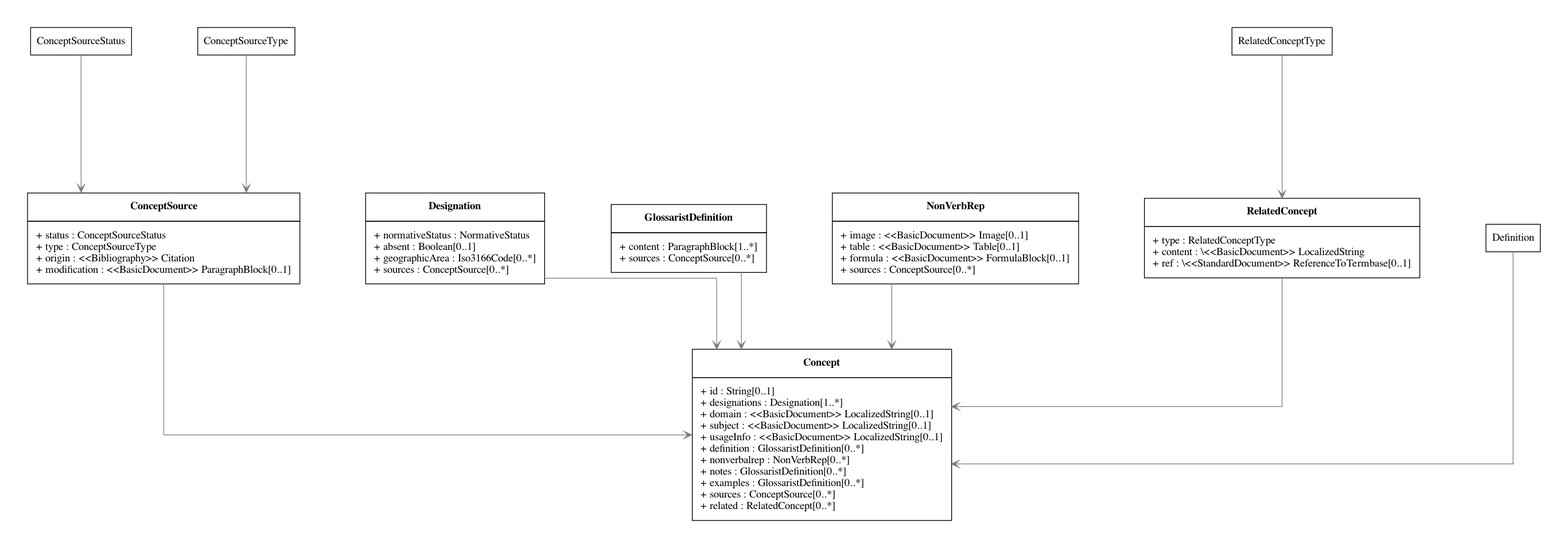
Before: lutaml/Concepts.png, a diagram exported from Graphviz (glossarist/concept-model). Its source is kept beside it as lutaml/Concepts.dot. Its diagram source:
```dot
digraph G {
  graph [splines="ortho" pad=0.5 ranksep="1.2.equally" nodesep="1.2.equally"]
  edge [color="gray50"]
  node [shape="box"]

  Concept [shape="plain" label=<
    <TABLE BORDER="0" CELLBORDER="1" CELLSPACING="0" CELLPADDING="10">
    <TR>
    <TD><B>Concept</B></TD>
  </TR>

  <TR>
    <TD>
          <TABLE BORDER="0" CELLPADDING="0" CELLSPACING="0">
            <TR><TD ALIGN="LEFT">+ id : String&#91;0..1&#93;</TD></TR>
            <TR><TD ALIGN="LEFT">+ designations : Designation&#91;1..*&#93;</TD></TR>
            <TR><TD ALIGN="LEFT">+ domain : &#60;&#60;BasicDocument&#62;&#62; LocalizedString&#91;0..1&#93;</TD></TR>
            <TR><TD ALIGN="LEFT">+ subject : &#60;&#60;BasicDocument&#62;&#62; LocalizedString&#91;0..1&#93;</TD></TR>
            <TR><TD ALIGN="LEFT">+ usageInfo : &#60;&#60;BasicDocument&#62;&#62; LocalizedString&#91;0..1&#93;</TD></TR>
            <TR><TD ALIGN="LEFT">+ definition : GlossaristDefinition&#91;0..*&#93;</TD></TR>
            <TR><TD ALIGN="LEFT">+ nonverbalrep : NonVerbRep&#91;0..*&#93;</TD></TR>
            <TR><TD ALIGN="LEFT">+ notes : GlossaristDefinition&#91;0..*&#93;</TD></TR>
            <TR><TD ALIGN="LEFT">+ examples : GlossaristDefinition&#91;0..*&#93;</TD></TR>
            <TR><TD ALIGN="LEFT">+ sources : ConceptSource&#91;0..*&#93;</TD></TR>
            <TR><TD ALIGN="LEFT">+ related : RelatedConcept&#91;0..*&#93;</TD></TR>
          </TABLE>
        </TD>
  </TR>

  </TABLE>
  >]

  ConceptSource [shape="plain" label=<
    <TABLE BORDER="0" CELLBORDER="1" CELLSPACING="0" CELLPADDING="10">
    <TR>
    <TD><B>ConceptSource</B></TD>
  </TR>

  <TR>
    <TD>
          <TABLE BORDER="0" CELLPADDING="0" CELLSPACING="0">
            <TR><TD ALIGN="LEFT">+ status : ConceptSourceStatus</TD></TR>
            <TR><TD ALIGN="LEFT">+ type : ConceptSourceType</TD></TR>
            <TR><TD ALIGN="LEFT">+ origin : &#60;&#60;Bibliography&#62;&#62; Citation</TD></TR>
            <TR><TD ALIGN="LEFT">+ modification : &#60;&#60;BasicDocument&#62;&#62; ParagraphBlock&#91;0..1&#93;</TD></TR>
          </TABLE>
        </TD>
  </TR>

  </TABLE>
  >]

  Designation [shape="plain" label=<
    <TABLE BORDER="0" CELLBORDER="1" CELLSPACING="0" CELLPADDING="10">
    <TR>
    <TD><B>Designation</B></TD>
  </TR>

  <TR>
    <TD>
          <TABLE BORDER="0" CELLPADDING="0" CELLSPACING="0">
            <TR><TD ALIGN="LEFT">+ normativeStatus : NormativeStatus</TD></TR>
            <TR><TD ALIGN="LEFT">+ absent : Boolean&#91;0..1&#93;</TD></TR>
            <TR><TD ALIGN="LEFT">+ geographicArea : Iso3166Code&#91;0..*&#93;</TD></TR>
            <TR><TD ALIGN="LEFT">+ sources : ConceptSource&#91;0..*&#93;</TD></TR>
          </TABLE>
        </TD>
  </TR>

  </TABLE>
  >]

  GlossaristDefinition [shape="plain" label=<
    <TABLE BORDER="0" CELLBORDER="1" CELLSPACING="0" CELLPADDING="10">
    <TR>
    <TD><B>GlossaristDefinition</B></TD>
  </TR>

  <TR>
    <TD>
          <TABLE BORDER="0" CELLPADDING="0" CELLSPACING="0">
            <TR><TD ALIGN="LEFT">+ content : ParagraphBlock&#91;1..*&#93;</TD></TR>
            <TR><TD ALIGN="LEFT">+ sources : ConceptSource&#91;0..*&#93;</TD></TR>
          </TABLE>
        </TD>
  </TR>

  </TABLE>
  >]

  NonVerbRep [shape="plain" label=<
    <TABLE BORDER="0" CELLBORDER="1" CELLSPACING="0" CELLPADDING="10">
    <TR>
    <TD><B>NonVerbRep</B></TD>
  </TR>

  <TR>
    <TD>
          <TABLE BORDER="0" CELLPADDING="0" CELLSPACING="0">
            <TR><TD ALIGN="LEFT">+ image : &#60;&#60;BasicDocument&#62;&#62; Image&#91;0..1&#93;</TD></TR>
            <TR><TD ALIGN="LEFT">+ table : &#60;&#60;BasicDocument&#62;&#62; Table&#91;0..1&#93;</TD></TR>
            <TR><TD ALIGN="LEFT">+ formula : &#60;&#60;BasicDocument&#62;&#62; FormulaBlock&#91;0..1&#93;</TD></TR>
            <TR><TD ALIGN="LEFT">+ sources : ConceptSource&#91;0..*&#93;</TD></TR>
          </TABLE>
        </TD>
  </TR>

  </TABLE>
  >]

  RelatedConcept [shape="plain" label=<
    <TABLE BORDER="0" CELLBORDER="1" CELLSPACING="0" CELLPADDING="10">
    <TR>
    <TD><B>RelatedConcept</B></TD>
  </TR>

  <TR>
    <TD>
          <TABLE BORDER="0" CELLPADDING="0" CELLSPACING="0">
            <TR><TD ALIGN="LEFT">+ type : RelatedConceptType</TD></TR>
            <TR><TD ALIGN="LEFT">+ content : \&#60;&#60;BasicDocument&#62;&#62; LocalizedString</TD></TR>
            <TR><TD ALIGN="LEFT">+ ref : \&#60;&#60;StandardDocument&#62;&#62; ReferenceToTermbase&#91;0..1&#93;</TD></TR>
          </TABLE>
        </TD>
  </TR>

  </TABLE>
  >]

  ConceptSource -> Concept [dir="direct" arrowtail="onormal" arrowhead="vee"]
  Definition -> Concept [dir="direct" arrowtail="onormal" arrowhead="vee"]
  Designation -> Concept [dir="direct" arrowtail="onormal" arrowhead="vee"]
  RelatedConcept -> Concept [dir="direct" arrowtail="onormal" arrowhead="vee"]
  NonVerbRep -> Concept [dir="direct" arrowtail="onormal" arrowhead="vee"]
  GlossaristDefinition -> Concept [dir="direct" arrowtail="onormal" arrowhead="vee"]
  ConceptSourceStatus -> ConceptSource [dir="direct" arrowtail="onormal" arrowhead="vee"]
  ConceptSourceType -> ConceptSource [dir="direct" arrowtail="onormal" arrowhead="vee"]
  RelatedConceptType -> RelatedConcept [dir="direct" arrowtail="onormal" arrowhead="vee"]
}
```
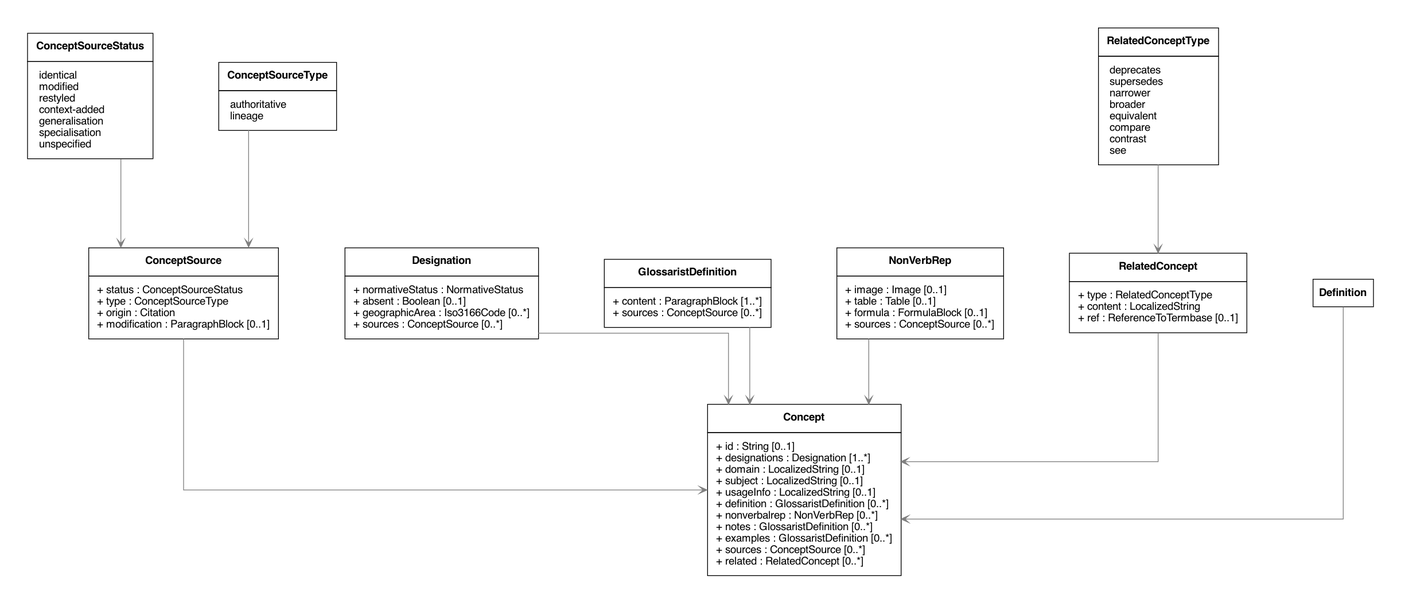
The same file after the commit.

Commit message:
#15, layout fixes, use `Helvetica` as a default font, namespace support for attributes

Change to the diagram source:
```diff
@@ -1,9 +1,9 @@
 digraph G {
   graph [splines="ortho" pad=0.5 ranksep="1.2.equally" nodesep="1.2.equally"]
   edge [color="gray50"]
-  node [shape="box"]
+  node [shape="box" fontname="Helvetica-bold"]
 
-  Concept [shape="plain" label=<
+  Concept [shape="plain" fontname="Helvetica" label=<
     <TABLE BORDER="0" CELLBORDER="1" CELLSPACING="0" CELLPADDING="10">
     <TR>
     <TD><B>Concept</B></TD>
@@ -12,17 +12,17 @@
   <TR>
     <TD>
           <TABLE BORDER="0" CELLPADDING="0" CELLSPACING="0">
-            <TR><TD ALIGN="LEFT">+ id : String&#91;0..1&#93;</TD></TR>
-            <TR><TD ALIGN="LEFT">+ designations : Designation&#91;1..*&#93;</TD></TR>
-            <TR><TD ALIGN="LEFT">+ domain : &#60;&#60;BasicDocument&#62;&#62; LocalizedString&#91;0..1&#93;</TD></TR>
-            <TR><TD ALIGN="LEFT">+ subject : &#60;&#60;BasicDocument&#62;&#62; LocalizedString&#91;0..1&#93;</TD></TR>
-            <TR><TD ALIGN="LEFT">+ usageInfo : &#60;&#60;BasicDocument&#62;&#62; LocalizedString&#91;0..1&#93;</TD></TR>
-            <TR><TD ALIGN="LEFT">+ definition : GlossaristDefinition&#91;0..*&#93;</TD></TR>
-            <TR><TD ALIGN="LEFT">+ nonverbalrep : NonVerbRep&#91;0..*&#93;</TD></TR>
-            <TR><TD ALIGN="LEFT">+ notes : GlossaristDefinition&#91;0..*&#93;</TD></TR>
-            <TR><TD ALIGN="LEFT">+ examples : GlossaristDefinition&#91;0..*&#93;</TD></TR>
-            <TR><TD ALIGN="LEFT">+ sources : ConceptSource&#91;0..*&#93;</TD></TR>
-            <TR><TD ALIGN="LEFT">+ related : RelatedConcept&#91;0..*&#93;</TD></TR>
+            <TR><TD ALIGN="LEFT">+ id : String &#91;0..1&#93;</TD></TR>
+            <TR><TD ALIGN="LEFT">+ designations : Designation &#91;1..*&#93;</TD></TR>
+            <TR><TD ALIGN="LEFT">+ domain : LocalizedString &#91;0..1&#93;</TD></TR>
+            <TR><TD ALIGN="LEFT">+ subject : LocalizedString &#91;0..1&#93;</TD></TR>
+            <TR><TD ALIGN="LEFT">+ usageInfo : LocalizedString &#91;0..1&#93;</TD></TR>
+            <TR><TD ALIGN="LEFT">+ definition : GlossaristDefinition &#91;0..*&#93;</TD></TR>
+            <TR><TD ALIGN="LEFT">+ nonverbalrep : NonVerbRep &#91;0..*&#93;</TD></TR>
+            <TR><TD ALIGN="LEFT">+ notes : GlossaristDefinition &#91;0..*&#93;</TD></TR>
+            <TR><TD ALIGN="LEFT">+ examples : GlossaristDefinition &#91;0..*&#93;</TD></TR>
+            <TR><TD ALIGN="LEFT">+ sources : ConceptSource &#91;0..*&#93;</TD></TR>
+            <TR><TD ALIGN="LEFT">+ related : RelatedConcept &#91;0..*&#93;</TD></TR>
           </TABLE>
         </TD>
   </TR>
@@ -30,7 +30,7 @@
   </TABLE>
   >]
 
-  ConceptSource [shape="plain" label=<
+  ConceptSource [shape="plain" fontname="Helvetica" label=<
     <TABLE BORDER="0" CELLBORDER="1" CELLSPACING="0" CELLPADDING="10">
     <TR>
     <TD><B>ConceptSource</B></TD>
@@ -41,8 +41,8 @@
           <TABLE BORDER="0" CELLPADDING="0" CELLSPACING="0">
             <TR><TD ALIGN="LEFT">+ status : ConceptSourceStatus</TD></TR>
             <TR><TD ALIGN="LEFT">+ type : ConceptSourceType</TD></TR>
-            <TR><TD ALIGN="LEFT">+ origin : &#60;&#60;Bibliography&#62;&#62; Citation</TD></TR>
-            <TR><TD ALIGN="LEFT">+ modification : &#60;&#60;BasicDocument&#62;&#62; ParagraphBlock&#91;0..1&#93;</TD></TR>
+            <TR><TD ALIGN="LEFT">+ origin : Citation</TD></TR>
+            <TR><TD ALIGN="LEFT">+ modification : ParagraphBlock &#91;0..1&#93;</TD></TR>
           </TABLE>
         </TD>
   </TR>
@@ -50,7 +50,7 @@
   </TABLE>
   >]
 
-  Designation [shape="plain" label=<
+  Designation [shape="plain" fontname="Helvetica" label=<
     <TABLE BORDER="0" CELLBORDER="1" CELLSPACING="0" CELLPADDING="10">
     <TR>
     <TD><B>Designation</B></TD>
@@ -60,9 +60,9 @@
     <TD>
           <TABLE BORDER="0" CELLPADDING="0" CELLSPACING="0">
             <TR><TD ALIGN="LEFT">+ normativeStatus : NormativeStatus</TD></TR>
-            <TR><TD ALIGN="LEFT">+ absent : Boolean&#91;0..1&#93;</TD></TR>
-            <TR><TD ALIGN="LEFT">+ geographicArea : Iso3166Code&#91;0..*&#93;</TD></TR>
-            <TR><TD ALIGN="LEFT">+ sources : ConceptSource&#91;0..*&#93;</TD></TR>
+            <TR><TD ALIGN="LEFT">+ absent : Boolean &#91;0..1&#93;</TD></TR>
+            <TR><TD ALIGN="LEFT">+ geographicArea : Iso3166Code &#91;0..*&#93;</TD></TR>
+            <TR><TD ALIGN="LEFT">+ sources : ConceptSource &#91;0..*&#93;</TD></TR>
           </TABLE>
         </TD>
   </TR>
@@ -70,7 +70,7 @@
   </TABLE>
   >]
 
-  GlossaristDefinition [shape="plain" label=<
+  GlossaristDefinition [shape="plain" fontname="Helvetica" label=<
     <TABLE BORDER="0" CELLBORDER="1" CELLSPACING="0" CELLPADDING="10">
     <TR>
     <TD><B>GlossaristDefinition</B></TD>
@@ -79,8 +79,8 @@
   <TR>
     <TD>
           <TABLE BORDER="0" CELLPADDING="0" CELLSPACING="0">
-            <TR><TD ALIGN="LEFT">+ content : ParagraphBlock&#91;1..*&#93;</TD></TR>
-            <TR><TD ALIGN="LEFT">+ sources : ConceptSource&#91;0..*&#93;</TD></TR>
+            <TR><TD ALIGN="LEFT">+ content : ParagraphBlock &#91;1..*&#93;</TD></TR>
+            <TR><TD ALIGN="LEFT">+ sources : ConceptSource &#91;0..*&#93;</TD></TR>
           </TABLE>
         </TD>
   </TR>
@@ -88,7 +88,7 @@
   </TABLE>
   >]
 
-  NonVerbRep [shape="plain" label=<
+  NonVerbRep [shape="plain" fontname="Helvetica" label=<
     <TABLE BORDER="0" CELLBORDER="1" CELLSPACING="0" CELLPADDING="10">
     <TR>
     <TD><B>NonVerbRep</B></TD>
@@ -97,10 +97,10 @@
   <TR>
     <TD>
           <TABLE BORDER="0" CELLPADDING="0" CELLSPACING="0">
-            <TR><TD ALIGN="LEFT">+ image : &#60;&#60;BasicDocument&#62;&#62; Image&#91;0..1&#93;</TD></TR>
-            <TR><TD ALIGN="LEFT">+ table : &#60;&#60;BasicDocument&#62;&#62; Table&#91;0..1&#93;</TD></TR>
-            <TR><TD ALIGN="LEFT">+ formula : &#60;&#60;BasicDocument&#62;&#62; FormulaBlock&#91;0..1&#93;</TD></TR>
-            <TR><TD ALIGN="LEFT">+ sources : ConceptSource&#91;0..*&#93;</TD></TR>
+            <TR><TD ALIGN="LEFT">+ image : Image &#91;0..1&#93;</TD></TR>
+            <TR><TD ALIGN="LEFT">+ table : Table &#91;0..1&#93;</TD></TR>
+            <TR><TD ALIGN="LEFT">+ formula : FormulaBlock &#91;0..1&#93;</TD></TR>
+            <TR><TD ALIGN="LEFT">+ sources : ConceptSource &#91;0..*&#93;</TD></TR>
           </TABLE>
         </TD>
   </TR>
@@ -108,7 +108,7 @@
   </TABLE>
   >]
 
-  RelatedConcept [shape="plain" label=<
+  RelatedConcept [shape="plain" fontname="Helvetica" label=<
     <TABLE BORDER="0" CELLBORDER="1" CELLSPACING="0" CELLPADDING="10">
     <TR>
     <TD><B>RelatedConcept</B></TD>
@@ -118,8 +118,73 @@
     <TD>
           <TABLE BORDER="0" CELLPADDING="0" CELLSPACING="0">
             <TR><TD ALIGN="LEFT">+ type : RelatedConceptType</TD></TR>
-            <TR><TD ALIGN="LEFT">+ content : \&#60;&#60;BasicDocument&#62;&#62; LocalizedString</TD></TR>
-            <TR><TD ALIGN="LEFT">+ ref : \&#60;&#60;StandardDocument&#62;&#62; ReferenceToTermbase&#91;0..1&#93;</TD></TR>
+            <TR><TD ALIGN="LEFT">+ content : LocalizedString</TD></TR>
+            <TR><TD ALIGN="LEFT">+ ref : ReferenceToTermbase &#91;0..1&#93;</TD></TR>
+          </TABLE>
+        </TD>
+  </TR>
+
+  </TABLE>
+  >]
+
+  ConceptSourceStatus [shape="plain" fontname="Helvetica" label=<
+    <TABLE BORDER="0" CELLBORDER="1" CELLSPACING="0" CELLPADDING="10">
+    <TR>
+    <TD><B>ConceptSourceStatus</B></TD>
+  </TR>
+
+  <TR>
+    <TD>
+          <TABLE BORDER="0" CELLPADDING="0" CELLSPACING="0">
+            <TR><TD ALIGN="LEFT"> identical</TD></TR>
+            <TR><TD ALIGN="LEFT"> modified</TD></TR>
+            <TR><TD ALIGN="LEFT"> restyled</TD></TR>
+            <TR><TD ALIGN="LEFT"> context-added</TD></TR>
+            <TR><TD ALIGN="LEFT"> generalisation</TD></TR>
+            <TR><TD ALIGN="LEFT"> specialisation</TD></TR>
+            <TR><TD ALIGN="LEFT"> unspecified</TD></TR>
+          </TABLE>
+        </TD>
+  </TR>
+
+  </TABLE>
+  >]
+
+  ConceptSourceType [shape="plain" fontname="Helvetica" label=<
+    <TABLE BORDER="0" CELLBORDER="1" CELLSPACING="0" CELLPADDING="10">
+    <TR>
+    <TD><B>ConceptSourceType</B></TD>
+  </TR>
+
+  <TR>
+    <TD>
+          <TABLE BORDER="0" CELLPADDING="0" CELLSPACING="0">
+            <TR><TD ALIGN="LEFT"> authoritative</TD></TR>
+            <TR><TD ALIGN="LEFT"> lineage</TD></TR>
+          </TABLE>
+        </TD>
+  </TR>
+
+  </TABLE>
+  >]
+
+  RelatedConceptType [shape="plain" fontname="Helvetica" label=<
+    <TABLE BORDER="0" CELLBORDER="1" CELLSPACING="0" CELLPADDING="10">
+    <TR>
+    <TD><B>RelatedConceptType</B></TD>
+  </TR>
+
+  <TR>
+    <TD>
+          <TABLE BORDER="0" CELLPADDING="0" CELLSPACING="0">
+            <TR><TD ALIGN="LEFT"> deprecates</TD></TR>
+            <TR><TD ALIGN="LEFT"> supersedes</TD></TR>
+            <TR><TD ALIGN="LEFT"> narrower</TD></TR>
+            <TR><TD ALIGN="LEFT"> broader</TD></TR>
+            <TR><TD ALIGN="LEFT"> equivalent</TD></TR>
+            <TR><TD ALIGN="LEFT"> compare</TD></TR>
+            <TR><TD ALIGN="LEFT"> contrast</TD></TR>
+            <TR><TD ALIGN="LEFT"> see</TD></TR>
           </TABLE>
         </TD>
   </TR>
```
